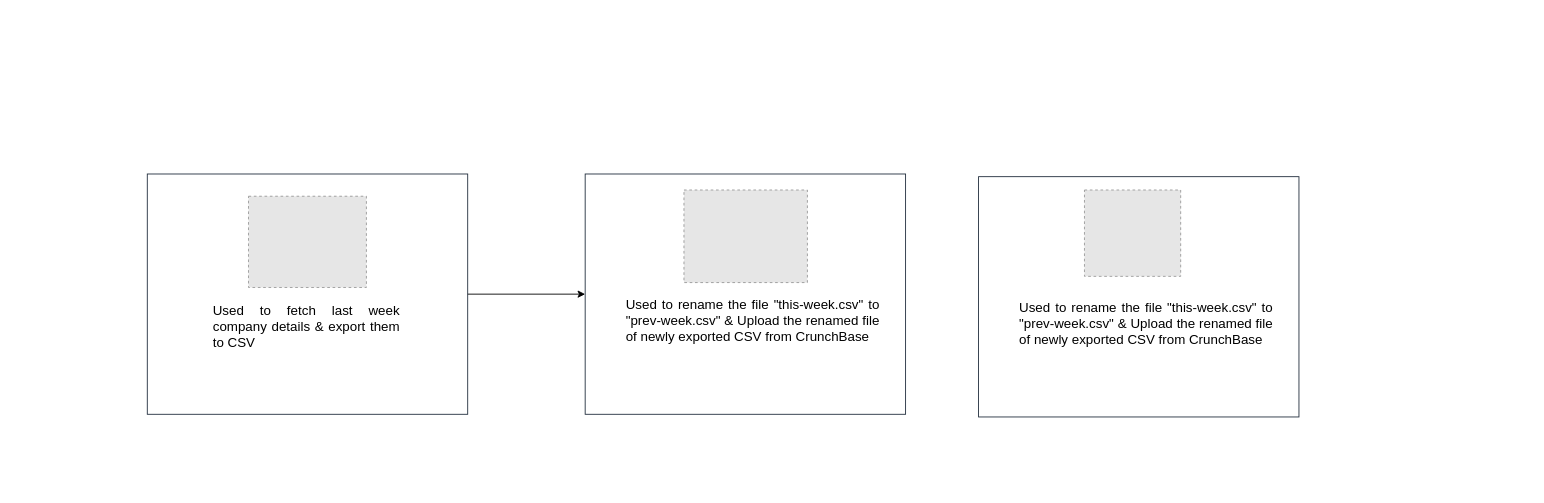
The draw.io diagram ophileads.drawio in Basavaraj2k00/Story, before the edit. Source tidied: cells renumbered, new cells numbered last; positions are measured from the earlier drawing's top-left corner, leaving out a move shared by most shapes. Both pictures are drawn from the tidied source at 89%, with x=0, y=0 at pixel (147, 174). Pictures stored in the file or linked from it are replaced by grey dashed boxes.
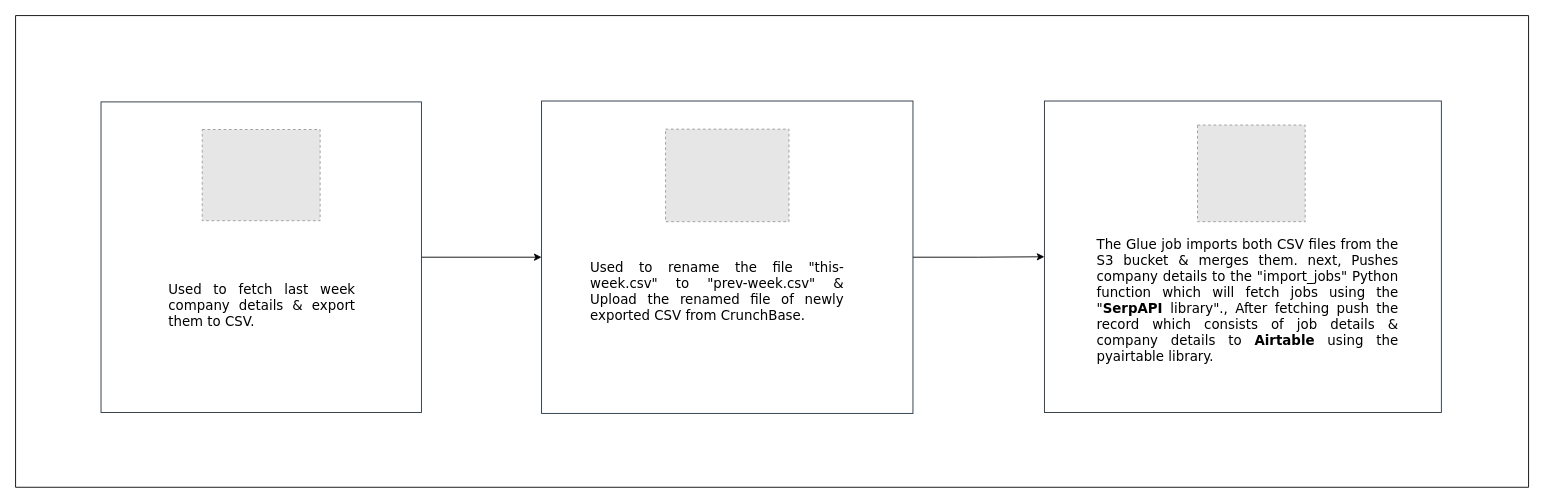
Above is the later version.

The edit, as a diff of the source:
```diff
@@
 <mxGraphModel>
   <root>
     <mxCell id="0" />
     <mxCell id="1" parent="0" />
+    <mxCell id="12" style="edgeStyle=orthogonalEdgeStyle;rounded=0;jettySize=auto;html=1;" parent="1" edge="1" source="2" target="10">
+      <mxGeometry relative="1" as="geometry" />
+    </mxCell>
     <mxCell id="2" style="whiteSpace=wrap;html=1;align=left;verticalAlign=top;fillColor=none;strokeColor=#232F3E;fontColor=#232F3E;gradientColor=none;fontStyle=0;spacingLeft=30;dashed=0;" parent="1" vertex="1">
-      <mxGeometry x="492" width="360" height="270" as="geometry" />
+      <mxGeometry x="443" y="-82" width="417.3" height="351" as="geometry" />
     </mxCell>
     <mxCell id="3" style="edgeStyle=orthogonalEdgeStyle;rounded=0;jettySize=auto;html=1;" parent="1" edge="1" source="4" target="2">
       <mxGeometry relative="1" as="geometry" />
     </mxCell>
     <mxCell id="4" style="whiteSpace=wrap;html=1;align=left;verticalAlign=top;fillColor=none;strokeColor=#232F3E;fontColor=#232F3E;gradientColor=none;fontStyle=0;spacingLeft=30;dashed=0;" parent="1" vertex="1">
-      <mxGeometry width="360" height="270" as="geometry" />
+      <mxGeometry x="-52" y="-81" width="360" height="349" as="geometry" />
     </mxCell>
-    <mxCell id="5" value="&lt;div style=&quot;text-align: justify;&quot;&gt;Used to fetch last week company details &amp;amp; export them to CSV&lt;/div&gt;" style="text;html=1;strokeColor=none;fillColor=none;align=left;verticalAlign=middle;whiteSpace=wrap;rounded=0;fontSize=15;" parent="1" vertex="1">
-      <mxGeometry x="72" y="92.2" width="212" height="157.5" as="geometry" />
+    <mxCell id="5" value="&lt;div style=&quot;text-align: justify;&quot;&gt;&lt;font face=&quot;Verdana&quot;&gt;Used to fetch last week company details &amp;amp; export them to CSV.&lt;/font&gt;&lt;/div&gt;" style="text;html=1;strokeColor=none;fillColor=none;align=left;verticalAlign=middle;whiteSpace=wrap;rounded=0;fontSize=15;" parent="1" vertex="1">
+      <mxGeometry x="22" y="68" width="212" height="157.5" as="geometry" />
     </mxCell>
     <mxCell id="6" style="fillColor=#E6E6E6;strokeColor=#999999;dashed=1;verticalLabelPosition=bottom;labelBackgroundColor=default;verticalAlign=top;" parent="1" vertex="1">
-      <mxGeometry x="113.7" y="25" width="132.5" height="102.5" as="geometry" />
+      <mxGeometry x="61.7" y="-50" width="132.5" height="102.5" as="geometry" />
     </mxCell>
-    <mxCell id="7" style="fillColor=#E6E6E6;strokeColor=#999999;dashed=1;verticalLabelPosition=bottom;labelBackgroundColor=default;verticalAlign=top;" parent="1" vertex="1">
-      <mxGeometry x="603" y="18" width="138.7" height="104" as="geometry" />
-    </mxCell>
-    <mxCell id="8" style="fillColor=#E6E6E6;strokeColor=#999999;dashed=1;verticalLabelPosition=bottom;labelBackgroundColor=default;verticalAlign=top;" parent="1" vertex="1">
-      <mxGeometry x="1053" y="18" width="108.1" height="97" as="geometry" />
-    </mxCell>
-    <mxCell id="9" value="&lt;div style=&quot;text-align: justify;&quot;&gt;Used to rename the file &quot;this-week.csv&quot; to &quot;prev-week.csv&quot; &amp;amp; Upload the renamed file of newly exported CSV from CrunchBase&lt;br&gt;&lt;/div&gt;" style="text;html=1;strokeColor=none;fillColor=none;align=left;verticalAlign=middle;whiteSpace=wrap;rounded=0;fontSize=15;" parent="1" vertex="1">
-      <mxGeometry x="536" y="67" width="287" height="194" as="geometry" />
+    <mxCell id="9" value="&lt;div style=&quot;text-align: justify;&quot;&gt;&lt;font face=&quot;Verdana&quot;&gt;Used to rename the file &quot;this-week.csv&quot; to &quot;prev-week.csv&quot; &amp;amp; Upload the renamed file of newly exported CSV from CrunchBase.&lt;/font&gt;&lt;br&gt;&lt;/div&gt;" style="text;html=1;strokeColor=none;fillColor=none;align=left;verticalAlign=middle;whiteSpace=wrap;rounded=0;fontSize=15;" parent="1" vertex="1">
+      <mxGeometry x="496" y="35" width="287" height="194" as="geometry" />
     </mxCell>
     <mxCell id="10" style="whiteSpace=wrap;html=1;align=left;verticalAlign=top;fillColor=none;strokeColor=#232F3E;fontColor=#232F3E;gradientColor=none;fontStyle=0;spacingLeft=30;dashed=0;" parent="1" vertex="1">
-      <mxGeometry x="934" y="3" width="360" height="270" as="geometry" />
+      <mxGeometry x="1008" y="-82" width="446" height="350" as="geometry" />
     </mxCell>
-    <mxCell id="11" value="&lt;div style=&quot;text-align: justify;&quot;&gt;Used to rename the file &quot;this-week.csv&quot; to &quot;prev-week.csv&quot; &amp;amp; Upload the renamed file of newly exported CSV from CrunchBase&lt;br&gt;&lt;/div&gt;" style="text;html=1;strokeColor=none;fillColor=none;align=left;verticalAlign=middle;whiteSpace=wrap;rounded=0;fontSize=15;" parent="1" vertex="1">
-      <mxGeometry x="978" y="70" width="287" height="194" as="geometry" />
+    <mxCell id="11" value="&lt;div style=&quot;text-align: justify;&quot;&gt;&lt;font face=&quot;Verdana&quot;&gt;&lt;br&gt;&lt;/font&gt;&lt;/div&gt;&lt;div style=&quot;text-align: justify;&quot;&gt;&lt;font face=&quot;Verdana&quot;&gt;&lt;br&gt;&lt;/font&gt;&lt;/div&gt;&lt;div style=&quot;text-align: justify;&quot;&gt;&lt;font face=&quot;Verdana&quot;&gt;The Glue job imports both CSV files from the S3 bucket &amp;amp; merges them. next,&amp;nbsp;&lt;span style=&quot;background-color: initial;&quot;&gt;Pushes company details to the &quot;import_jobs&quot; Python function which will fetch jobs using the &quot;&lt;/span&gt;&lt;b style=&quot;background-color: initial;&quot;&gt;SerpAPI &lt;/b&gt;&lt;span style=&quot;background-color: initial;&quot;&gt;library&quot;.,&amp;nbsp;&lt;/span&gt;&lt;span style=&quot;background-color: initial;&quot;&gt;After fetching push the record which consists of job details &amp;amp; company details to &lt;/span&gt;&lt;b style=&quot;background-color: initial;&quot;&gt;Airtable&lt;/b&gt;&lt;span style=&quot;background-color: initial;&quot;&gt; using the pyairtable library.&lt;/span&gt;&lt;/font&gt;&lt;/div&gt;&lt;div style=&quot;&quot;&gt;&lt;div style=&quot;text-align: justify;&quot;&gt;&lt;br&gt;&lt;/div&gt;&lt;/div&gt;" style="text;html=1;strokeColor=none;fillColor=none;align=left;verticalAlign=middle;whiteSpace=wrap;rounded=0;fontSize=15;" parent="1" vertex="1">
+      <mxGeometry x="1064.6" y="34" width="341" height="197" as="geometry" />
     </mxCell>
+    <mxCell id="13" style="swimlane;startSize=0;" parent="1" vertex="1">
+      <mxGeometry x="-148" y="-178" width="1700" height="530" as="geometry" />
+    </mxCell>
+    <mxCell id="8" style="fillColor=#E6E6E6;strokeColor=#999999;dashed=1;verticalLabelPosition=bottom;labelBackgroundColor=default;verticalAlign=top;" parent="13" vertex="1">
+      <mxGeometry x="1328" y="123" width="121" height="108.6" as="geometry" />
+    </mxCell>
+    <mxCell id="7" style="fillColor=#E6E6E6;strokeColor=#999999;dashed=1;verticalLabelPosition=bottom;labelBackgroundColor=default;verticalAlign=top;" parent="13" vertex="1">
+      <mxGeometry x="730.3" y="127.6" width="138.7" height="104" as="geometry" />
+    </mxCell>
   </root>
 </mxGraphModel>
```
